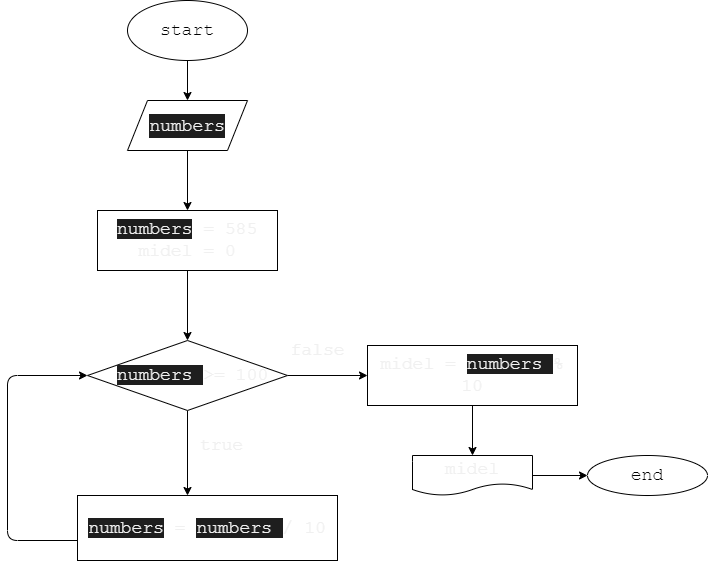
Earlier version of the draw.io export Exp01/diagram1.drawio.png (BKristinaA/HomeWork_02). Source tidied: cells renumbered, new cells last; positions are measured from the earlier drawing's top-left corner, leaving out a move shared by most shapes.
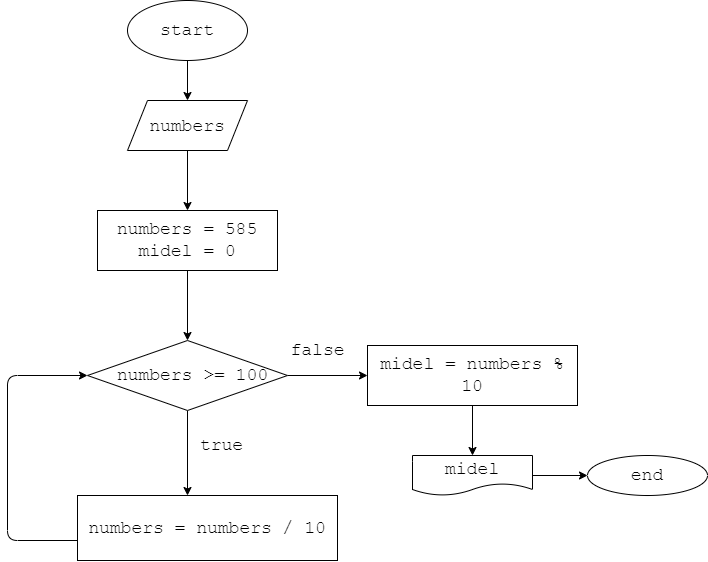
Later version of the same file.

Commit message:
Внесли исправления в диагараммы

Diff of the diagram source:
```diff
@@ -2,35 +2,35 @@
   <root>
     <mxCell id="0" />
     <mxCell id="1" parent="0" />
-    <mxCell id="2" style="edgeStyle=none;html=1;fontFamily=Courier New;fontSize=18;" parent="1" edge="1" source="3" target="5">
+    <mxCell id="2" style="edgeStyle=none;html=1;fontFamily=Courier New;fontSize=18;labelBackgroundColor=none;fontColor=default;" parent="1" edge="1" source="3" target="5">
       <mxGeometry relative="1" as="geometry" />
     </mxCell>
-    <mxCell id="3" value="start" style="ellipse;whiteSpace=wrap;html=1;fontFamily=Courier New;fontSize=18;" parent="1" vertex="1">
+    <mxCell id="3" value="start" style="ellipse;whiteSpace=wrap;html=1;fontFamily=Courier New;fontSize=18;labelBackgroundColor=none;fontColor=default;" parent="1" vertex="1">
       <mxGeometry x="120" width="120" height="60" as="geometry" />
     </mxCell>
-    <mxCell id="4" style="edgeStyle=orthogonalEdgeStyle;html=1;fontFamily=Courier New;fontSize=18;fontColor=#F0F0F0;" parent="1" edge="1" source="5" target="13">
+    <mxCell id="4" style="edgeStyle=orthogonalEdgeStyle;html=1;fontFamily=Courier New;fontSize=18;fontColor=default;labelBackgroundColor=none;" parent="1" edge="1" source="5" target="13">
       <mxGeometry relative="1" as="geometry" />
     </mxCell>
-    <mxCell id="5" value="&lt;div style=&quot;background-color: rgb(30, 30, 30); line-height: 24px;&quot;&gt;&lt;span style=&quot;&quot;&gt;numbers&lt;/span&gt;&lt;/div&gt;" style="shape=parallelogram;perimeter=parallelogramPerimeter;whiteSpace=wrap;html=1;fixedSize=1;fontSize=18;fontFamily=Courier New;fontColor=#F0F0F0;" parent="1" vertex="1">
+    <mxCell id="5" value="&lt;div style=&quot;line-height: 24px;&quot;&gt;&lt;span style=&quot;&quot;&gt;numbers&lt;/span&gt;&lt;/div&gt;" style="shape=parallelogram;perimeter=parallelogramPerimeter;whiteSpace=wrap;html=1;fixedSize=1;fontSize=18;fontFamily=Courier New;fontColor=default;labelBackgroundColor=none;" parent="1" vertex="1">
       <mxGeometry x="120" y="100" width="120" height="50" as="geometry" />
     </mxCell>
-    <mxCell id="6" style="edgeStyle=none;html=1;fontFamily=Courier New;fontSize=18;fontColor=#F0F0F0;" parent="1" edge="1" source="8">
+    <mxCell id="6" style="edgeStyle=none;html=1;fontFamily=Courier New;fontSize=18;fontColor=default;labelBackgroundColor=none;" parent="1" edge="1" source="8">
       <mxGeometry relative="1" as="geometry">
         <mxPoint x="180" y="495" as="targetPoint" />
       </mxGeometry>
     </mxCell>
-    <mxCell id="7" style="edgeStyle=orthogonalEdgeStyle;html=1;fontFamily=Courier New;fontSize=18;fontColor=#F0F0F0;" parent="1" edge="1" source="8">
+    <mxCell id="7" style="edgeStyle=orthogonalEdgeStyle;html=1;fontFamily=Courier New;fontSize=18;fontColor=default;labelBackgroundColor=none;" parent="1" edge="1" source="8">
       <mxGeometry relative="1" as="geometry">
         <mxPoint x="360" y="375" as="targetPoint" />
       </mxGeometry>
     </mxCell>
-    <mxCell id="8" value="&amp;nbsp;&lt;span style=&quot;background-color: rgb(30, 30, 30);&quot;&gt;numbers&amp;nbsp;&lt;/span&gt;&lt;span style=&quot;background-color: initial;&quot;&gt;&amp;gt;= 100&lt;/span&gt;" style="rhombus;whiteSpace=wrap;html=1;fontSize=18;fontFamily=Courier New;fontColor=#F0F0F0;" parent="1" vertex="1">
+    <mxCell id="8" value="&amp;nbsp;&lt;span style=&quot;&quot;&gt;numbers&amp;nbsp;&lt;/span&gt;&lt;span style=&quot;&quot;&gt;&amp;gt;= 100&lt;/span&gt;" style="rhombus;whiteSpace=wrap;html=1;fontSize=18;fontFamily=Courier New;fontColor=default;labelBackgroundColor=none;" parent="1" vertex="1">
       <mxGeometry x="80" y="340" width="200" height="70" as="geometry" />
     </mxCell>
-    <mxCell id="9" value="true" style="text;html=1;align=center;verticalAlign=middle;strokeColor=none;fillColor=none;fontSize=18;fontFamily=Courier New;fontColor=#F0F0F0;" parent="1" vertex="1">
+    <mxCell id="9" value="true" style="text;html=1;align=center;verticalAlign=middle;strokeColor=none;fillColor=none;fontSize=18;fontFamily=Courier New;fontColor=default;labelBackgroundColor=none;" parent="1" vertex="1">
       <mxGeometry x="179" y="425" width="70" height="40" as="geometry" />
     </mxCell>
-    <mxCell id="10" style="edgeStyle=orthogonalEdgeStyle;html=1;entryX=0;entryY=0.5;entryDx=0;entryDy=0;fontFamily=Courier New;fontSize=18;fontColor=#F0F0F0;" parent="1" edge="1" source="11" target="8">
+    <mxCell id="10" style="edgeStyle=orthogonalEdgeStyle;html=1;entryX=0;entryY=0.5;entryDx=0;entryDy=0;fontFamily=Courier New;fontSize=18;fontColor=default;labelBackgroundColor=none;" parent="1" edge="1" source="11" target="8">
       <mxGeometry relative="1" as="geometry">
         <Array as="points">
           <mxPoint y="540" />
@@ -38,31 +38,31 @@
         </Array>
       </mxGeometry>
     </mxCell>
-    <mxCell id="11" value="&lt;span style=&quot;background-color: rgb(30, 30, 30);&quot;&gt;numbers&lt;/span&gt;&amp;nbsp;=&amp;nbsp;&lt;span style=&quot;background-color: rgb(30, 30, 30);&quot;&gt;numbers&amp;nbsp;&lt;/span&gt;/ 10" style="rounded=0;whiteSpace=wrap;html=1;fontFamily=Courier New;fontSize=18;fontColor=#F0F0F0;" parent="1" vertex="1">
+    <mxCell id="11" value="&lt;span style=&quot;&quot;&gt;numbers&lt;/span&gt;&amp;nbsp;=&amp;nbsp;&lt;span style=&quot;&quot;&gt;numbers&amp;nbsp;&lt;/span&gt;/ 10" style="rounded=0;whiteSpace=wrap;html=1;fontFamily=Courier New;fontSize=18;fontColor=default;labelBackgroundColor=none;" parent="1" vertex="1">
       <mxGeometry x="70" y="495" width="260" height="65" as="geometry" />
     </mxCell>
-    <mxCell id="12" style="edgeStyle=orthogonalEdgeStyle;html=1;entryX=0.5;entryY=0;entryDx=0;entryDy=0;fontFamily=Courier New;fontSize=18;fontColor=#F0F0F0;" parent="1" edge="1" source="13" target="8">
+    <mxCell id="12" style="edgeStyle=orthogonalEdgeStyle;html=1;entryX=0.5;entryY=0;entryDx=0;entryDy=0;fontFamily=Courier New;fontSize=18;fontColor=default;labelBackgroundColor=none;" parent="1" edge="1" source="13" target="8">
       <mxGeometry relative="1" as="geometry" />
     </mxCell>
-    <mxCell id="13" value="&lt;span style=&quot;background-color: rgb(30, 30, 30);&quot;&gt;numbers&lt;/span&gt;&amp;nbsp;= 585&lt;br&gt;midel = 0" style="rounded=0;whiteSpace=wrap;html=1;fontFamily=Courier New;fontSize=18;fontColor=#F0F0F0;" parent="1" vertex="1">
+    <mxCell id="13" value="&lt;span style=&quot;&quot;&gt;numbers&lt;/span&gt;&amp;nbsp;= 585&lt;br&gt;midel = 0" style="rounded=0;whiteSpace=wrap;html=1;fontFamily=Courier New;fontSize=18;fontColor=default;labelBackgroundColor=none;" parent="1" vertex="1">
       <mxGeometry x="90" y="210" width="180" height="60" as="geometry" />
     </mxCell>
-    <mxCell id="14" style="edgeStyle=orthogonalEdgeStyle;html=1;fontFamily=Courier New;fontSize=18;fontColor=#F0F0F0;" parent="1" edge="1" source="15" target="17">
+    <mxCell id="14" style="edgeStyle=orthogonalEdgeStyle;html=1;fontFamily=Courier New;fontSize=18;fontColor=default;labelBackgroundColor=none;" parent="1" edge="1" source="15" target="17">
       <mxGeometry relative="1" as="geometry" />
     </mxCell>
-    <mxCell id="15" value="midel =&amp;nbsp;&lt;span style=&quot;background-color: rgb(30, 30, 30);&quot;&gt;numbers&amp;nbsp;&lt;/span&gt;% 10" style="rounded=0;whiteSpace=wrap;html=1;fontFamily=Courier New;fontSize=18;fontColor=#F0F0F0;" parent="1" vertex="1">
+    <mxCell id="15" value="midel =&amp;nbsp;&lt;span style=&quot;&quot;&gt;numbers&amp;nbsp;&lt;/span&gt;% 10" style="rounded=0;whiteSpace=wrap;html=1;fontFamily=Courier New;fontSize=18;fontColor=default;labelBackgroundColor=none;" parent="1" vertex="1">
       <mxGeometry x="360" y="345" width="210" height="60" as="geometry" />
     </mxCell>
-    <mxCell id="16" style="edgeStyle=orthogonalEdgeStyle;html=1;fontFamily=Courier New;fontSize=18;fontColor=#F0F0F0;" parent="1" edge="1" source="17" target="18">
+    <mxCell id="16" style="edgeStyle=orthogonalEdgeStyle;html=1;fontFamily=Courier New;fontSize=18;fontColor=default;labelBackgroundColor=none;" parent="1" edge="1" source="17" target="18">
       <mxGeometry relative="1" as="geometry" />
     </mxCell>
-    <mxCell id="17" value="midel" style="shape=document;whiteSpace=wrap;html=1;boundedLbl=1;fontFamily=Courier New;fontSize=18;fontColor=#F0F0F0;" parent="1" vertex="1">
+    <mxCell id="17" value="midel" style="shape=document;whiteSpace=wrap;html=1;boundedLbl=1;fontFamily=Courier New;fontSize=18;fontColor=default;labelBackgroundColor=none;" parent="1" vertex="1">
       <mxGeometry x="405" y="455" width="120" height="40" as="geometry" />
     </mxCell>
-    <mxCell id="18" value="end" style="ellipse;whiteSpace=wrap;html=1;fontFamily=Courier New;fontSize=18;" parent="1" vertex="1">
+    <mxCell id="18" value="end" style="ellipse;whiteSpace=wrap;html=1;fontFamily=Courier New;fontSize=18;labelBackgroundColor=#FFFFFF;fontColor=#000000;" parent="1" vertex="1">
       <mxGeometry x="580" y="455" width="120" height="40" as="geometry" />
     </mxCell>
-    <mxCell id="19" value="false" style="text;html=1;align=center;verticalAlign=middle;strokeColor=none;fillColor=none;fontFamily=Courier New;fontSize=18;fontColor=#F0F0F0;" parent="1" vertex="1">
+    <mxCell id="19" value="false" style="text;html=1;align=center;verticalAlign=middle;strokeColor=none;fillColor=none;fontFamily=Courier New;fontSize=18;fontColor=default;labelBackgroundColor=none;" parent="1" vertex="1">
       <mxGeometry x="270" y="330" width="80" height="40" as="geometry" />
     </mxCell>
   </root>
```
